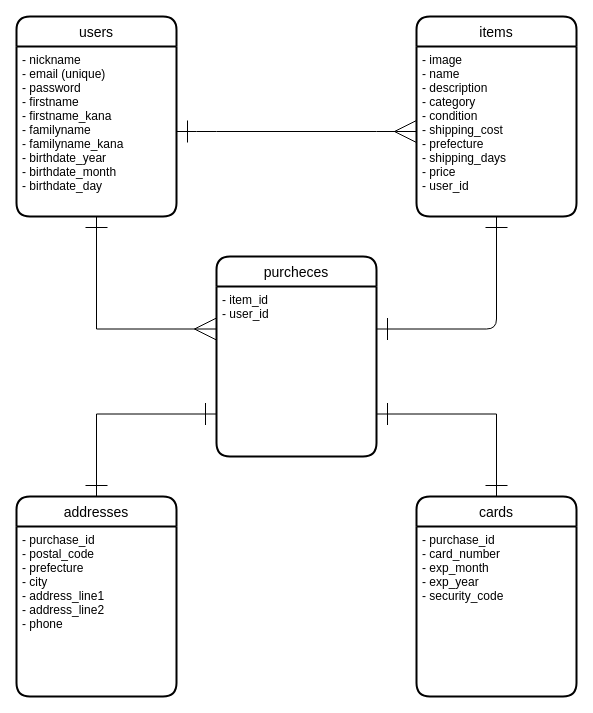
Before: ER_diagram.dio in higaki01/furima-31657, a draw.io diagram. Source tidied: cells renumbered, new cells numbered last; positions are measured from the earlier drawing's top-left corner, leaving out a move shared by most shapes. Both pictures are drawn from the tidied source at 100%, with x=0, y=0 at pixel (16, 16).
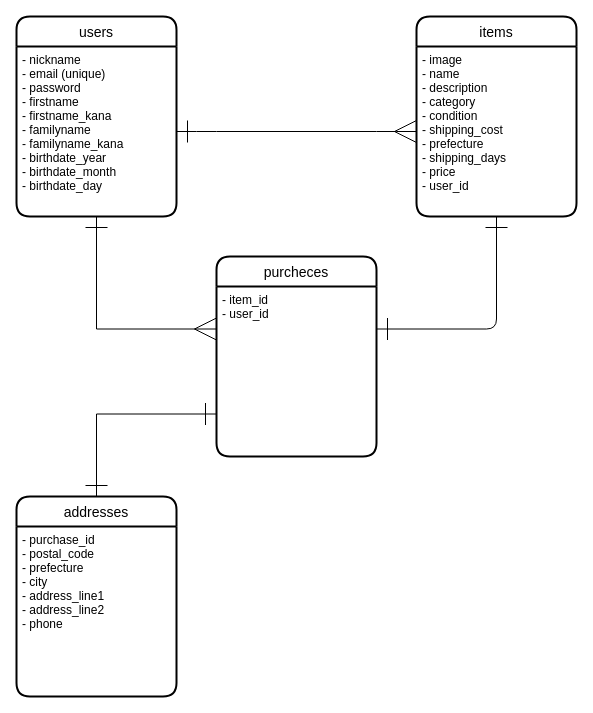
Above is the later version.

Commit message (it also covers changes not shown here):
ER図、テーブル情報修正

Change to the diagram source:
```diff
@@
 <mxGraphModel>
   <root>
     <mxCell id="0" />
     <mxCell id="1" parent="0" />
     <mxCell id="2" style="edgeStyle=entityRelationEdgeStyle;fontSize=12;html=1;endArrow=ERmany;exitX=1;exitY=0.5;exitDx=0;exitDy=0;entryX=0;entryY=0.5;entryDx=0;entryDy=0;startArrow=ERone;startFill=0;endFill=0;endSize=20;startSize=20;" parent="1" edge="1" source="16" target="7">
       <mxGeometry relative="1" as="geometry" />
     </mxCell>
     <mxCell id="3" style="edgeStyle=orthogonalEdgeStyle;fontSize=12;html=1;endArrow=ERone;endFill=0;exitX=1;exitY=0.25;exitDx=0;exitDy=0;entryX=0.5;entryY=1;entryDx=0;entryDy=0;startArrow=ERone;startFill=0;endSize=20;startSize=20;" parent="1" edge="1" source="10" target="7">
       <mxGeometry relative="1" as="geometry" />
     </mxCell>
-    <mxCell id="4" style="edgeStyle=orthogonalEdgeStyle;rounded=0;jettySize=auto;html=1;exitX=0.5;exitY=0;exitDx=0;exitDy=0;startArrow=ERone;startFill=0;endArrow=ERone;endFill=0;endSize=20;startSize=20;entryX=1;entryY=0.75;entryDx=0;entryDy=0;" parent="1" edge="1" source="13" target="10">
-      <mxGeometry relative="1" as="geometry" />
-    </mxCell>
     <mxCell id="5" style="edgeStyle=orthogonalEdgeStyle;rounded=0;jettySize=auto;html=1;exitX=0;exitY=0.75;exitDx=0;exitDy=0;entryX=0.5;entryY=0;entryDx=0;entryDy=0;startArrow=ERone;startFill=0;endArrow=ERone;endFill=0;endSize=20;startSize=20;" parent="1" edge="1" source="10" target="11">
       <mxGeometry relative="1" as="geometry" />
     </mxCell>
     <mxCell id="6" value="items" style="swimlane;horizontal=1;startSize=30;rounded=1;fontSize=14;fontStyle=0;strokeWidth=2;shadow=0;dashed=0;align=center;" parent="1" vertex="1">
       <mxGeometry x="400" width="160" height="200" as="geometry" />
     </mxCell>
     <mxCell id="7" value="- image&#10;- name&#10;- description&#10;- category&#10;- condition&#10;- shipping_cost&#10;- prefecture&#10;- shipping_days&#10;- price&#10;- user_id" style="align=left;strokeColor=none;fillColor=none;spacingLeft=4;fontSize=12;verticalAlign=top;" parent="6" vertex="1">
       <mxGeometry y="30" width="160" height="170" as="geometry" />
     </mxCell>
     <mxCell id="8" style="edgeStyle=orthogonalEdgeStyle;rounded=0;jettySize=auto;html=1;exitX=0.5;exitY=1;exitDx=0;exitDy=0;entryX=0;entryY=0.25;entryDx=0;entryDy=0;startArrow=ERone;startFill=0;endArrow=ERmany;endFill=0;jumpSize=6;endSize=20;startSize=20;" parent="1" edge="1" source="16" target="10">
       <mxGeometry relative="1" as="geometry" />
     </mxCell>
     <mxCell id="9" value="purcheces" style="swimlane;horizontal=1;startSize=30;rounded=1;fontSize=14;fontStyle=0;strokeWidth=2;shadow=0;dashed=0;align=center;" parent="1" vertex="1">
       <mxGeometry x="200" y="240" width="160" height="200" as="geometry" />
     </mxCell>
     <mxCell id="10" value="- item_id&#10;- user_id" style="align=left;strokeColor=none;fillColor=none;spacingLeft=4;fontSize=12;verticalAlign=top;" parent="9" vertex="1">
       <mxGeometry y="30" width="160" height="170" as="geometry" />
     </mxCell>
     <mxCell id="11" value="addresses" style="swimlane;horizontal=1;startSize=30;rounded=1;fontSize=14;fontStyle=0;strokeWidth=2;shadow=0;dashed=0;align=center;glass=0;swimlaneLine=1;" parent="1" vertex="1">
       <mxGeometry y="480" width="160" height="200" as="geometry" />
     </mxCell>
     <mxCell id="12" value="- purchase_id&#10;- postal_code&#10;- prefecture&#10;- city&#10;- address_line1&#10;- address_line2&#10;- phone" style="align=left;strokeColor=none;fillColor=none;spacingLeft=4;fontSize=12;verticalAlign=top;" parent="11" vertex="1">
       <mxGeometry y="30" width="160" height="170" as="geometry" />
     </mxCell>
-    <mxCell id="13" value="cards" style="swimlane;horizontal=1;startSize=30;rounded=1;fontSize=14;fontStyle=0;strokeWidth=2;shadow=0;dashed=0;align=center;" parent="1" vertex="1">
-      <mxGeometry x="400" y="480" width="160" height="200" as="geometry" />
-    </mxCell>
-    <mxCell id="14" value="- purchase_id&#10;- card_number&#10;- exp_month&#10;- exp_year&#10;- security_code&#10;" style="align=left;strokeColor=none;fillColor=none;spacingLeft=4;fontSize=12;verticalAlign=top;" parent="13" vertex="1">
-      <mxGeometry y="30" width="160" height="170" as="geometry" />
-    </mxCell>
     <mxCell id="15" value="users" style="swimlane;horizontal=1;startSize=30;rounded=1;fontSize=14;fontStyle=0;strokeWidth=2;shadow=0;dashed=0;align=center;" parent="1" vertex="1">
       <mxGeometry width="160" height="200" as="geometry" />
     </mxCell>
     <mxCell id="16" value="- nickname&#10;- email (unique)&#10;- password&#10;- firstname&#10;- firstname_kana&#10;- familyname&#10;- familyname_kana&#10;- birthdate_year&#10;- birthdate_month&#10;- birthdate_day" style="align=left;strokeColor=none;fillColor=none;spacingLeft=4;fontSize=12;verticalAlign=top;" parent="15" vertex="1">
       <mxGeometry y="30" width="160" height="170" as="geometry" />
     </mxCell>
   </root>
 </mxGraphModel>
```
